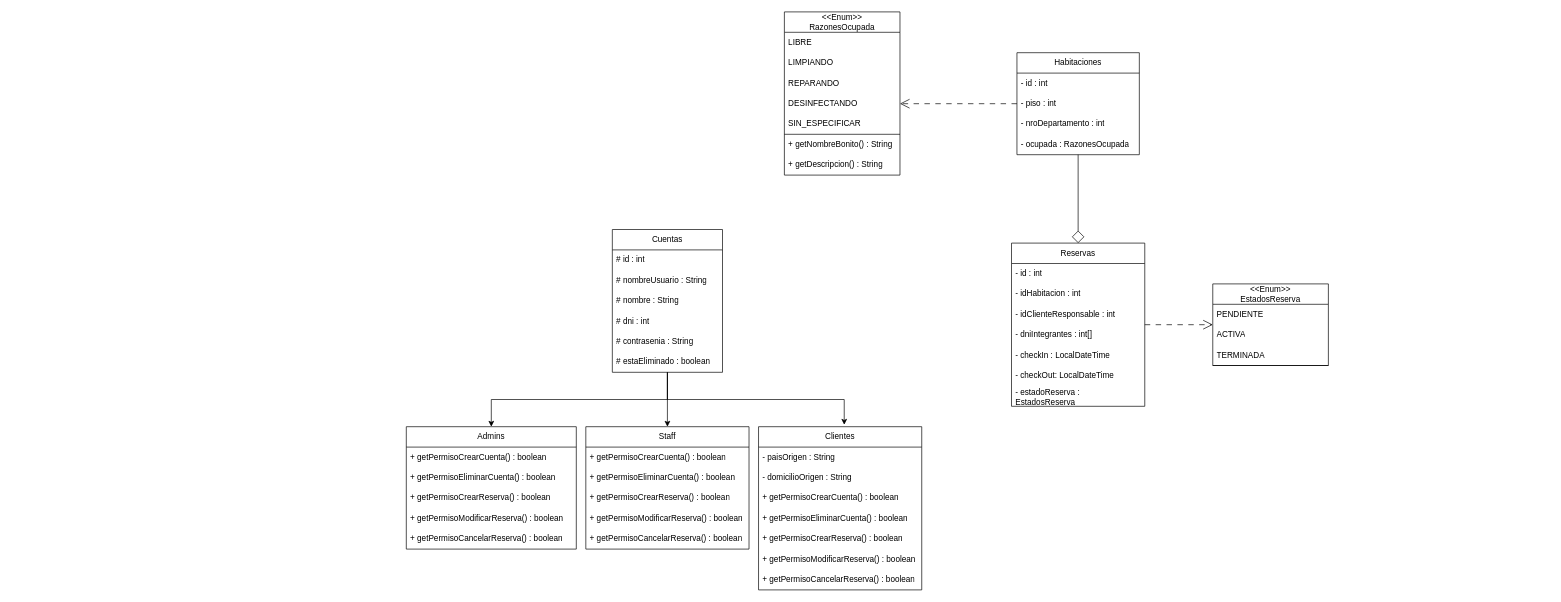
Before: uml.drawio in Lucas-Lanari/TPfinalSistemaDeHotel, a draw.io diagram. Source tidied: cells renumbered, new cells numbered last; positions are measured from the earlier drawing's top-left corner, leaving out a move shared by most shapes. Both pictures are drawn from the tidied source at 68%, with x=0, y=0 at pixel (406, 12).
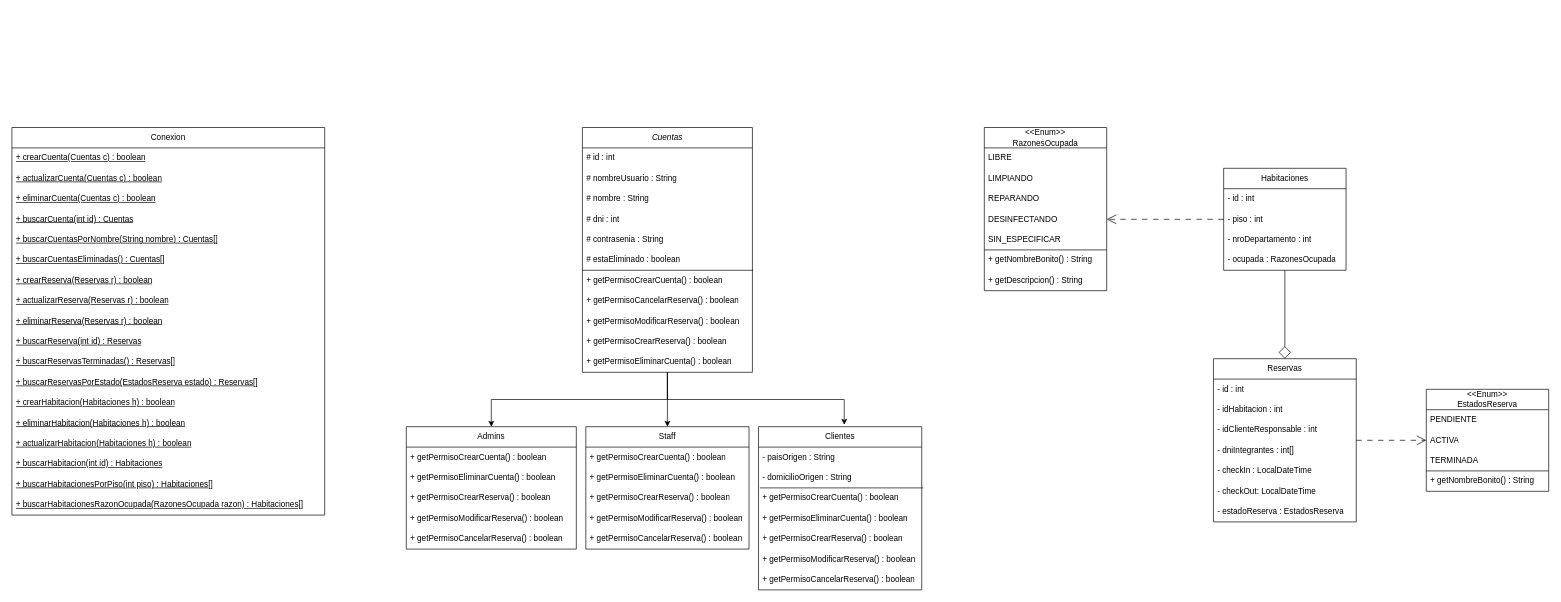
The same diagram, later.

Commit message (it also covers changes not shown here):
actualizacion uml

The change refers to these unchanged cells:
```xml
<mxCell id="12" value="Clientes" style="swimlane;fontStyle=0;horizontal=1;startSize=30;whiteSpace=wrap;html=1;" parent="1" vertex="1">
  <mxGeometry x="518" y="610" width="240" height="240" as="geometry" />
</mxCell>
```

What changed in the source:
```diff
@@
     <mxCell id="4" value="Reservas" style="swimlane;fontStyle=0;horizontal=1;startSize=30;whiteSpace=wrap;html=1;absoluteArcSize=0;" parent="1" vertex="1">
-      <mxGeometry x="890" y="340" width="196" height="240" as="geometry" />
+      <mxGeometry x="1187" y="510" width="210" height="240" as="geometry" />
     </mxCell>
     <mxCell id="5" value="- id : int" style="text;strokeColor=none;fillColor=none;align=left;verticalAlign=middle;spacingLeft=4;spacingRight=4;overflow=hidden;whiteSpace=wrap;html=1;" parent="4" vertex="1">
-      <mxGeometry y="30" width="196" height="30" as="geometry" />
+      <mxGeometry y="30" width="210" height="30" as="geometry" />
     </mxCell>
     <mxCell id="6" value="- idHabitacion : int" style="text;strokeColor=none;fillColor=none;align=left;verticalAlign=middle;spacingLeft=4;spacingRight=4;overflow=hidden;whiteSpace=wrap;html=1;" parent="4" vertex="1">
-      <mxGeometry y="60" width="196" height="30" as="geometry" />
+      <mxGeometry y="60" width="210" height="30" as="geometry" />
     </mxCell>
     <mxCell id="7" value="- idClienteResponsable : int" style="text;strokeColor=none;fillColor=none;align=left;verticalAlign=middle;spacingLeft=4;spacingRight=4;overflow=hidden;whiteSpace=wrap;html=1;" parent="4" vertex="1">
-      <mxGeometry y="90" width="196" height="30" as="geometry" />
+      <mxGeometry y="90" width="210" height="30" as="geometry" />
     </mxCell>
     <mxCell id="8" value="- dniIntegrantes : int[]" style="text;strokeColor=none;fillColor=none;align=left;verticalAlign=middle;spacingLeft=4;spacingRight=4;overflow=hidden;whiteSpace=wrap;html=1;" parent="4" vertex="1">
-      <mxGeometry y="120" width="196" height="30" as="geometry" />
+      <mxGeometry y="120" width="210" height="30" as="geometry" />
     </mxCell>
     <mxCell id="9" value="- checkIn : LocalDateTime" style="text;strokeColor=none;fillColor=none;align=left;verticalAlign=middle;spacingLeft=4;spacingRight=4;overflow=hidden;whiteSpace=wrap;html=1;" parent="4" vertex="1">
-      <mxGeometry y="150" width="196" height="30" as="geometry" />
+      <mxGeometry y="150" width="210" height="30" as="geometry" />
     </mxCell>
     <mxCell id="10" value="- checkOut: LocalDateTime" style="text;strokeColor=none;fillColor=none;align=left;verticalAlign=middle;spacingLeft=4;spacingRight=4;overflow=hidden;whiteSpace=wrap;html=1;" parent="4" vertex="1">
-      <mxGeometry y="180" width="196" height="30" as="geometry" />
+      <mxGeometry y="180" width="210" height="30" as="geometry" />
     </mxCell>
     <mxCell id="11" value="- estadoReserva : EstadosReserva" style="text;strokeColor=none;fillColor=none;align=left;verticalAlign=middle;spacingLeft=4;spacingRight=4;overflow=hidden;whiteSpace=wrap;html=1;" parent="4" vertex="1">
-      <mxGeometry y="210" width="196" height="30" as="geometry" />
+      <mxGeometry y="210" width="210" height="30" as="geometry" />
     </mxCell>
@@
+    <mxCell id="62" style="endArrow=none;html=1;rounded=0;defaultLabelBackgroundColor=page;" parent="12" edge="1">
+      <mxGeometry relative="1" as="geometry">
+        <mxPoint x="2" y="90" as="sourcePoint" />
+        <mxPoint x="242" y="90" as="targetPoint" />
+      </mxGeometry>
+    </mxCell>
@@
     <mxCell id="21" value="Habitaciones" style="swimlane;fontStyle=0;horizontal=1;startSize=30;whiteSpace=wrap;html=1;" parent="1" vertex="1">
-      <mxGeometry x="898" y="60" width="180" height="150" as="geometry" />
+      <mxGeometry x="1202" y="230" width="180" height="150" as="geometry" />
     </mxCell>
@@
     <mxCell id="26" value="&lt;div&gt;&amp;lt;&amp;lt;Enum&amp;gt;&amp;gt;&lt;/div&gt;RazonesOcupada" style="swimlane;fontStyle=0;horizontal=1;startSize=30;whiteSpace=wrap;html=1;" parent="1" vertex="1">
-      <mxGeometry x="556" width="170" height="240" as="geometry" />
+      <mxGeometry x="850" y="170" width="180" height="240" as="geometry" />
     </mxCell>
     <mxCell id="27" value="LIBRE" style="text;strokeColor=none;fillColor=none;align=left;verticalAlign=middle;spacingLeft=4;spacingRight=4;overflow=hidden;whiteSpace=wrap;html=1;" parent="26" vertex="1">
-      <mxGeometry y="30" width="170" height="30" as="geometry" />
+      <mxGeometry y="30" width="180" height="30" as="geometry" />
     </mxCell>
     <mxCell id="28" value="LIMPIANDO" style="text;strokeColor=none;fillColor=none;align=left;verticalAlign=middle;spacingLeft=4;spacingRight=4;overflow=hidden;whiteSpace=wrap;html=1;" parent="26" vertex="1">
-      <mxGeometry y="60" width="170" height="30" as="geometry" />
+      <mxGeometry y="60" width="180" height="30" as="geometry" />
     </mxCell>
     <mxCell id="29" value="REPARANDO" style="text;strokeColor=none;fillColor=none;align=left;verticalAlign=middle;spacingLeft=4;spacingRight=4;overflow=hidden;whiteSpace=wrap;html=1;" parent="26" vertex="1">
-      <mxGeometry y="90" width="170" height="30" as="geometry" />
+      <mxGeometry y="90" width="180" height="30" as="geometry" />
     </mxCell>
@@
     <mxCell id="31" value="DESINFECTANDO" style="text;strokeColor=none;fillColor=none;align=left;verticalAlign=middle;spacingLeft=4;spacingRight=4;overflow=hidden;points=[[0,0.5],[1,0.5]];portConstraint=eastwest;whiteSpace=wrap;html=1;" parent="26" vertex="1">
-      <mxGeometry y="120" width="170" height="30" as="geometry" />
+      <mxGeometry y="120" width="180" height="30" as="geometry" />
     </mxCell>
     <mxCell id="32" value="SIN_ESPECIFICAR" style="text;strokeColor=none;fillColor=none;align=left;verticalAlign=middle;spacingLeft=4;spacingRight=4;overflow=hidden;whiteSpace=wrap;html=1;" parent="26" vertex="1">
-      <mxGeometry y="150" width="170" height="30" as="geometry" />
+      <mxGeometry y="150" width="180" height="30" as="geometry" />
     </mxCell>
     <mxCell id="33" value="+ getNombreBonito() : String" style="text;strokeColor=none;fillColor=none;align=left;verticalAlign=middle;spacingLeft=4;spacingRight=4;overflow=hidden;points=[[0,0.5],[1,0.5]];portConstraint=eastwest;whiteSpace=wrap;html=1;" parent="26" vertex="1">
-      <mxGeometry y="180" width="170" height="30" as="geometry" />
+      <mxGeometry y="180" width="180" height="30" as="geometry" />
     </mxCell>
     <mxCell id="34" value="+ getDescripcion() : String" style="text;strokeColor=none;fillColor=none;align=left;verticalAlign=middle;spacingLeft=4;spacingRight=4;overflow=hidden;whiteSpace=wrap;html=1;" parent="26" vertex="1">
-      <mxGeometry y="210" width="170" height="30" as="geometry" />
+      <mxGeometry y="210" width="180" height="30" as="geometry" />
     </mxCell>
@@
-    <mxCell id="37" value="Cuentas" style="swimlane;fontStyle=0;horizontal=1;startSize=30;whiteSpace=wrap;html=1;" parent="1" vertex="1">
-      <mxGeometry x="303" y="320" width="162" height="210" as="geometry" />
+    <mxCell id="37" value="&lt;i&gt;Cuentas&lt;/i&gt;" style="swimlane;fontStyle=0;horizontal=1;startSize=30;whiteSpace=wrap;html=1;" parent="1" vertex="1">
+      <mxGeometry x="259" y="170" width="250" height="360" as="geometry" />
     </mxCell>
     <mxCell id="38" value="# id : int" style="text;strokeColor=none;fillColor=none;align=left;verticalAlign=middle;spacingLeft=4;spacingRight=4;overflow=hidden;whiteSpace=wrap;html=1;" parent="37" vertex="1">
-      <mxGeometry y="30" width="162" height="30" as="geometry" />
+      <mxGeometry y="30" width="250" height="30" as="geometry" />
     </mxCell>
     <mxCell id="39" value="# nombreUsuario : String" style="text;strokeColor=none;fillColor=none;align=left;verticalAlign=middle;spacingLeft=4;spacingRight=4;overflow=hidden;whiteSpace=wrap;html=1;" parent="37" vertex="1">
-      <mxGeometry y="60" width="162" height="30" as="geometry" />
+      <mxGeometry y="60" width="250" height="30" as="geometry" />
     </mxCell>
     <mxCell id="40" value="# nombre : String" style="text;strokeColor=none;fillColor=none;align=left;verticalAlign=middle;spacingLeft=4;spacingRight=4;overflow=hidden;whiteSpace=wrap;html=1;" parent="37" vertex="1">
-      <mxGeometry y="90" width="162" height="30" as="geometry" />
+      <mxGeometry y="90" width="250" height="30" as="geometry" />
     </mxCell>
     <mxCell id="41" value="# dni : int" style="text;strokeColor=none;fillColor=none;align=left;verticalAlign=middle;spacingLeft=4;spacingRight=4;overflow=hidden;whiteSpace=wrap;html=1;" parent="37" vertex="1">
-      <mxGeometry y="120" width="162" height="30" as="geometry" />
+      <mxGeometry y="120" width="250" height="30" as="geometry" />
     </mxCell>
     <mxCell id="42" value="# contrasenia : String" style="text;strokeColor=none;fillColor=none;align=left;verticalAlign=middle;spacingLeft=4;spacingRight=4;overflow=hidden;whiteSpace=wrap;html=1;" parent="37" vertex="1">
-      <mxGeometry y="150" width="162" height="30" as="geometry" />
+      <mxGeometry y="150" width="250" height="30" as="geometry" />
     </mxCell>
     <mxCell id="43" value="# estaEliminado : boolean" style="text;strokeColor=none;fillColor=none;align=left;verticalAlign=middle;spacingLeft=4;spacingRight=4;overflow=hidden;whiteSpace=wrap;html=1;" parent="37" vertex="1">
-      <mxGeometry y="180" width="162" height="30" as="geometry" />
+      <mxGeometry y="180" width="250" height="30" as="geometry" />
     </mxCell>
+    <mxCell id="63" style="endArrow=none;html=1;rounded=0;defaultLabelBackgroundColor=page;" parent="37" edge="1">
+      <mxGeometry relative="1" as="geometry">
+        <mxPoint y="210" as="sourcePoint" />
+        <mxPoint x="251" y="210" as="targetPoint" />
+      </mxGeometry>
+    </mxCell>
+    <mxCell id="64" value="+ getPermisoCrearCuenta() : boolean" style="text;strokeColor=none;fillColor=none;align=left;verticalAlign=middle;spacingLeft=4;spacingRight=4;overflow=hidden;whiteSpace=wrap;html=1;" parent="37" vertex="1">
+      <mxGeometry y="210" width="250" height="30" as="geometry" />
+    </mxCell>
+    <mxCell id="65" value="&lt;div&gt;+ getPermisoCancelarReserva() : boolean&lt;/div&gt;" style="text;strokeColor=none;fillColor=none;align=left;verticalAlign=middle;spacingLeft=4;spacingRight=4;overflow=hidden;whiteSpace=wrap;html=1;" parent="37" vertex="1">
+      <mxGeometry y="240" width="250" height="30" as="geometry" />
+    </mxCell>
+    <mxCell id="66" value="+ getPermisoModificarReserva() : boolean" style="text;strokeColor=none;fillColor=none;align=left;verticalAlign=middle;spacingLeft=4;spacingRight=4;overflow=hidden;whiteSpace=wrap;html=1;" parent="37" vertex="1">
+      <mxGeometry y="270" width="250" height="30" as="geometry" />
+    </mxCell>
+    <mxCell id="67" value="+ getPermisoCrearReserva() : boolean" style="text;strokeColor=none;fillColor=none;align=left;verticalAlign=middle;spacingLeft=4;spacingRight=4;overflow=hidden;whiteSpace=wrap;html=1;" parent="37" vertex="1">
+      <mxGeometry y="300" width="250" height="30" as="geometry" />
+    </mxCell>
+    <mxCell id="68" value="+ getPermisoEliminarCuenta() : boolean" style="text;strokeColor=none;fillColor=none;align=left;verticalAlign=middle;spacingLeft=4;spacingRight=4;overflow=hidden;whiteSpace=wrap;html=1;" parent="37" vertex="1">
+      <mxGeometry y="330" width="250" height="30" as="geometry" />
+    </mxCell>
     <mxCell id="44" value="&lt;div&gt;&amp;lt;&amp;lt;Enum&amp;gt;&amp;gt;&lt;/div&gt;EstadosReserva" style="swimlane;fontStyle=0;horizontal=1;startSize=30;whiteSpace=wrap;html=1;" parent="1" vertex="1">
-      <mxGeometry x="1186" y="400" width="170" height="120" as="geometry" />
+      <mxGeometry x="1500" y="555" width="180" height="150" as="geometry" />
     </mxCell>
     <mxCell id="45" value="PENDIENTE" style="text;strokeColor=none;fillColor=none;align=left;verticalAlign=middle;spacingLeft=4;spacingRight=4;overflow=hidden;whiteSpace=wrap;html=1;" parent="44" vertex="1">
-      <mxGeometry y="30" width="170" height="30" as="geometry" />
+      <mxGeometry y="30" width="180" height="30" as="geometry" />
     </mxCell>
     <mxCell id="46" value="ACTIVA" style="text;strokeColor=none;fillColor=none;align=left;verticalAlign=middle;spacingLeft=4;spacingRight=4;overflow=hidden;whiteSpace=wrap;html=1;" parent="44" vertex="1">
-      <mxGeometry y="60" width="170" height="30" as="geometry" />
+      <mxGeometry y="60" width="180" height="30" as="geometry" />
     </mxCell>
     <mxCell id="47" value="TERMINADA" style="text;strokeColor=none;fillColor=none;align=left;verticalAlign=middle;spacingLeft=4;spacingRight=4;overflow=hidden;whiteSpace=wrap;html=1;" parent="44" vertex="1">
-      <mxGeometry y="90" width="170" height="30" as="geometry" />
+      <mxGeometry y="90" width="180" height="30" as="geometry" />
     </mxCell>
+    <mxCell id="69" value="+ getNombreBonito() : String" style="text;strokeColor=none;fillColor=none;align=left;verticalAlign=middle;spacingLeft=4;spacingRight=4;overflow=hidden;points=[[0,0.5],[1,0.5]];portConstraint=eastwest;whiteSpace=wrap;html=1;" parent="44" vertex="1">
+      <mxGeometry y="120" width="180" height="30" as="geometry" />
+    </mxCell>
-    <mxCell id="48" style="endArrow=none;html=1;rounded=0;defaultLabelBackgroundColor=page;entryX=1;entryY=0;entryDx=0;entryDy=0;entryPerimeter=0;exitX=0;exitY=0;exitDx=0;exitDy=0;exitPerimeter=0;" parent="44" edge="1">
+    <mxCell id="48" style="endArrow=none;html=1;rounded=0;defaultLabelBackgroundColor=page;exitX=0;exitY=0;exitDx=0;exitDy=0;exitPerimeter=0;entryX=1;entryY=0;entryDx=0;entryDy=0;entryPerimeter=0;" parent="44" edge="1" target="69">
       <mxGeometry relative="1" as="geometry">
         <mxPoint y="120" as="sourcePoint" />
-        <mxPoint x="170" y="120" as="targetPoint" />
       </mxGeometry>
     </mxCell>
@@
+    <mxCell id="70" value="Conexion" style="swimlane;fontStyle=0;horizontal=1;startSize=30;whiteSpace=wrap;html=1;" parent="1" vertex="1">
+      <mxGeometry x="-580" y="170" width="460" height="570" as="geometry" />
+    </mxCell>
+    <mxCell id="71" value="&lt;u&gt;+ crearCuenta(Cuentas c) : boolean&lt;/u&gt;" style="text;strokeColor=none;fillColor=none;align=left;verticalAlign=middle;spacingLeft=4;spacingRight=4;overflow=hidden;whiteSpace=wrap;html=1;" parent="70" vertex="1">
+      <mxGeometry y="30" width="460" height="30" as="geometry" />
+    </mxCell>
+    <mxCell id="72" value="&lt;u&gt;+ actualizarCuenta(Cuentas c) : boolean&lt;/u&gt;" style="text;strokeColor=none;fillColor=none;align=left;verticalAlign=middle;spacingLeft=4;spacingRight=4;overflow=hidden;whiteSpace=wrap;html=1;" parent="70" vertex="1">
+      <mxGeometry y="60" width="460" height="30" as="geometry" />
+    </mxCell>
+    <mxCell id="73" value="&lt;u&gt;+ eliminarCuenta(Cuentas c) : boolean&lt;/u&gt;" style="text;strokeColor=none;fillColor=none;align=left;verticalAlign=middle;spacingLeft=4;spacingRight=4;overflow=hidden;whiteSpace=wrap;html=1;" parent="70" vertex="1">
+      <mxGeometry y="90" width="460" height="30" as="geometry" />
+    </mxCell>
+    <mxCell id="74" value="&lt;u&gt;+ buscarCuenta(int id) : Cuentas&lt;/u&gt;" style="text;strokeColor=none;fillColor=none;align=left;verticalAlign=middle;spacingLeft=4;spacingRight=4;overflow=hidden;whiteSpace=wrap;html=1;" parent="70" vertex="1">
+      <mxGeometry y="120" width="460" height="30" as="geometry" />
+    </mxCell>
+    <mxCell id="75" value="&lt;u&gt;+ buscarCuentasPorNombre(String nombre) : Cuentas[]&lt;/u&gt;" style="text;strokeColor=none;fillColor=none;align=left;verticalAlign=middle;spacingLeft=4;spacingRight=4;overflow=hidden;whiteSpace=wrap;html=1;" parent="70" vertex="1">
+      <mxGeometry y="150" width="460" height="30" as="geometry" />
+    </mxCell>
+    <mxCell id="76" value="&lt;u&gt;+ buscarCuentasEliminadas() : Cuentas[]&lt;/u&gt;" style="text;strokeColor=none;fillColor=none;align=left;verticalAlign=middle;spacingLeft=4;spacingRight=4;overflow=hidden;whiteSpace=wrap;html=1;" parent="70" vertex="1">
+      <mxGeometry y="180" width="460" height="30" as="geometry" />
+    </mxCell>
+    <mxCell id="77" value="&lt;u&gt;+ crearReserva(Reservas r) : boolean&lt;/u&gt;" style="text;strokeColor=none;fillColor=none;align=left;verticalAlign=middle;spacingLeft=4;spacingRight=4;overflow=hidden;whiteSpace=wrap;html=1;" parent="70" vertex="1">
+      <mxGeometry y="210" width="460" height="30" as="geometry" />
+    </mxCell>
+    <mxCell id="78" value="&lt;u&gt;+ actualizarReserva(Reservas r) : boolean&lt;/u&gt;" style="text;strokeColor=none;fillColor=none;align=left;verticalAlign=middle;spacingLeft=4;spacingRight=4;overflow=hidden;whiteSpace=wrap;html=1;" parent="70" vertex="1">
+      <mxGeometry y="240" width="460" height="30" as="geometry" />
+    </mxCell>
+    <mxCell id="79" value="&lt;u&gt;+ eliminarReserva(Reservas r) : boolean&lt;/u&gt;" style="text;strokeColor=none;fillColor=none;align=left;verticalAlign=middle;spacingLeft=4;spacingRight=4;overflow=hidden;whiteSpace=wrap;html=1;" parent="70" vertex="1">
+      <mxGeometry y="270" width="460" height="30" as="geometry" />
+    </mxCell>
+    <mxCell id="80" value="&lt;u&gt;+ buscarReserva(int id) : Reservas&lt;/u&gt;" style="text;strokeColor=none;fillColor=none;align=left;verticalAlign=middle;spacingLeft=4;spacingRight=4;overflow=hidden;whiteSpace=wrap;html=1;" parent="70" vertex="1">
+      <mxGeometry y="300" width="460" height="30" as="geometry" />
+    </mxCell>
+    <mxCell id="81" value="&lt;u&gt;+ buscarReservasTerminadas() : Reservas[]&lt;/u&gt;" style="text;strokeColor=none;fillColor=none;align=left;verticalAlign=middle;spacingLeft=4;spacingRight=4;overflow=hidden;whiteSpace=wrap;html=1;" parent="70" vertex="1">
+      <mxGeometry y="330" width="460" height="30" as="geometry" />
+    </mxCell>
+    <mxCell id="82" value="&lt;u&gt;+ buscarReservasPorEstado(EstadosReserva estado) : Reservas[]&lt;/u&gt;" style="text;strokeColor=none;fillColor=none;align=left;verticalAlign=middle;spacingLeft=4;spacingRight=4;overflow=hidden;whiteSpace=wrap;html=1;" parent="70" vertex="1">
+      <mxGeometry y="360" width="460" height="30" as="geometry" />
+    </mxCell>
+    <mxCell id="83" value="&lt;u&gt;+ crear&lt;/u&gt;&lt;u&gt;Habitacion&lt;/u&gt;&lt;u&gt;(&lt;/u&gt;&lt;u&gt;Habitacion&lt;/u&gt;&lt;u&gt;es h) : boolean&lt;/u&gt;" style="text;strokeColor=none;fillColor=none;align=left;verticalAlign=middle;spacingLeft=4;spacingRight=4;overflow=hidden;whiteSpace=wrap;html=1;" parent="70" vertex="1">
+      <mxGeometry y="390" width="460" height="30" as="geometry" />
+    </mxCell>
+    <mxCell id="84" value="&lt;u&gt;+ eliminar&lt;/u&gt;&lt;u&gt;Habitacion&lt;/u&gt;&lt;u&gt;(&lt;/u&gt;&lt;u&gt;Habitaciones&lt;/u&gt;&lt;u&gt;&amp;nbsp;h) : boolean&lt;/u&gt;" style="text;strokeColor=none;fillColor=none;align=left;verticalAlign=middle;spacingLeft=4;spacingRight=4;overflow=hidden;whiteSpace=wrap;html=1;" parent="70" vertex="1">
+      <mxGeometry y="420" width="460" height="30" as="geometry" />
+    </mxCell>
+    <mxCell id="85" value="&lt;u&gt;+ actualizar&lt;/u&gt;&lt;u&gt;Habitacion&lt;/u&gt;&lt;u&gt;(&lt;/u&gt;&lt;u&gt;Habitaciones&lt;/u&gt;&lt;u&gt;&amp;nbsp;h) : boolean&lt;/u&gt;" style="text;strokeColor=none;fillColor=none;align=left;verticalAlign=middle;spacingLeft=4;spacingRight=4;overflow=hidden;whiteSpace=wrap;html=1;" parent="70" vertex="1">
+      <mxGeometry y="450" width="460" height="30" as="geometry" />
+    </mxCell>
+    <mxCell id="86" value="&lt;u&gt;+ buscarHabitacion(int id) :&amp;nbsp;&lt;/u&gt;&lt;u&gt;Habitaciones&lt;/u&gt;" style="text;strokeColor=none;fillColor=none;align=left;verticalAlign=middle;spacingLeft=4;spacingRight=4;overflow=hidden;whiteSpace=wrap;html=1;" parent="70" vertex="1">
+      <mxGeometry y="480" width="460" height="30" as="geometry" />
+    </mxCell>
+    <mxCell id="87" value="&lt;u&gt;+ buscarHabitacionesPorPiso(int piso) : Habitaciones[]&lt;/u&gt;" style="text;strokeColor=none;fillColor=none;align=left;verticalAlign=middle;spacingLeft=4;spacingRight=4;overflow=hidden;whiteSpace=wrap;html=1;" parent="70" vertex="1">
+      <mxGeometry y="510" width="460" height="30" as="geometry" />
+    </mxCell>
+    <mxCell id="88" value="&lt;u&gt;+ buscarHabitacionesRazonOcupada(RazonesOcupada razon) : Habitaciones[]&lt;/u&gt;" style="text;strokeColor=none;fillColor=none;align=left;verticalAlign=middle;spacingLeft=4;spacingRight=4;overflow=hidden;whiteSpace=wrap;html=1;" parent="70" vertex="1">
+      <mxGeometry y="540" width="460" height="30" as="geometry" />
+    </mxCell>
```
